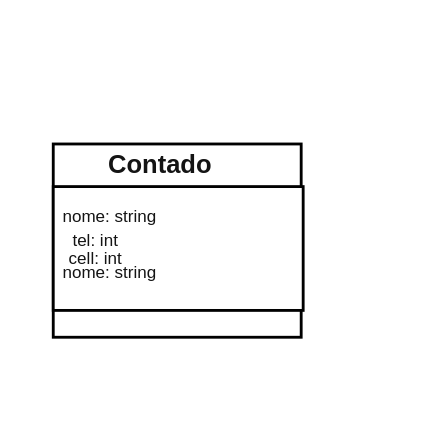
This is draw.drawio from nathanhalgumacoisa/projetoAgenda, a draw.io file, before an edit. Source tidied: cells renumbered, new cells numbered last; positions are measured from the earlier drawing's top-left corner, leaving out a move shared by most shapes. Both pictures are drawn from the tidied source at 142%, with x=0, y=0 at pixel (24, 24).
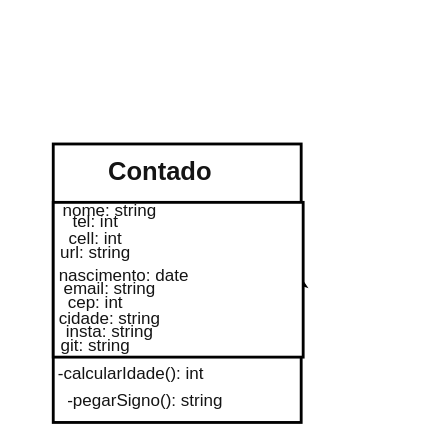
The same diagram, later.

Change to the diagram source:
```diff
@@
 <mxGraphModel background="#ffffff">
   <root>
     <mxCell id="0" />
     <mxCell id="1" parent="0" />
     <mxCell id="2" style="group;" parent="1" vertex="1">
-      <mxGeometry x="20" width="252" height="248.1" as="geometry" />
+      <mxGeometry x="20" width="252" height="280" as="geometry" />
     </mxCell>
-    <mxCell id="3" style="group;" parent="2" vertex="1">
-      <mxGeometry y="83.9" width="176" height="136.1" as="geometry" />
-    </mxCell>
-    <mxCell id="4" style="edgeStyle=none;html=1;exitX=1;exitY=0.5;exitDx=0;exitDy=0;" parent="3" edge="1" source="5">
+    <mxCell id="4" style="edgeStyle=none;html=1;exitX=1;exitY=0.5;exitDx=0;exitDy=0;" parent="2" edge="1" source="5">
       <mxGeometry relative="1" as="geometry">
-        <mxPoint x="173.9" y="68" as="targetPoint" />
+        <mxPoint x="173.9" y="177" as="targetPoint" />
       </mxGeometry>
     </mxCell>
-    <mxCell id="5" style="rounded=0;whiteSpace=wrap;html=1;fillColor=#FFFFFF;fontColor=#ffffff;strokeColor=#000000;strokeWidth=2;" parent="3" vertex="1">
-      <mxGeometry width="174.6" height="136.1" as="geometry" />
+    <mxCell id="5" style="rounded=0;whiteSpace=wrap;html=1;fillColor=#FFFFFF;fontColor=#ffffff;strokeColor=#000000;strokeWidth=2;" parent="2" vertex="1">
+      <mxGeometry y="83.9" width="174.6" height="196.1" as="geometry" />
     </mxCell>
-    <mxCell id="6" style="rounded=0;whiteSpace=wrap;html=1;fillColor=#FFFFFF;fontColor=#ffffff;strokeColor=#000000;strokeWidth=2;" parent="3" vertex="1">
-      <mxGeometry y="30" width="176" height="87.2" as="geometry" />
+    <mxCell id="6" style="rounded=0;whiteSpace=wrap;html=1;fillColor=#FFFFFF;fontColor=#ffffff;strokeColor=#000000;strokeWidth=2;" parent="2" vertex="1">
+      <mxGeometry y="125" width="176" height="109" as="geometry" />
     </mxCell>
-    <mxCell id="7" value="Contado" style="text;strokeColor=none;fillColor=none;html=1;fontSize=18;fontStyle=1;verticalAlign=middle;align=center;fontColor=#141414;" parent="3" vertex="1">
-      <mxGeometry x="20" width="110" height="30" as="geometry" />
+    <mxCell id="7" value="Contado" style="text;strokeColor=none;fillColor=none;html=1;fontSize=18;fontStyle=1;verticalAlign=middle;align=center;fontColor=#141414;" parent="2" vertex="1">
+      <mxGeometry x="20" y="83.9" width="110" height="41" as="geometry" />
     </mxCell>
-    <mxCell id="8" value="nome: string" style="text;html=1;strokeColor=none;fillColor=none;align=center;verticalAlign=middle;whiteSpace=wrap;rounded=0;fontSize=12;fontColor=#141414;" parent="3" vertex="1">
-      <mxGeometry x="-10" y="36.1" width="100" height="30" as="geometry" />
+    <mxCell id="8" value="nome: string" style="text;html=1;strokeColor=none;fillColor=none;align=center;verticalAlign=middle;whiteSpace=wrap;rounded=0;fontSize=12;fontColor=#141414;" parent="2" vertex="1">
+      <mxGeometry x="-10" y="110" width="100" height="41" as="geometry" />
     </mxCell>
-    <mxCell id="9" value="tel: int" style="text;html=1;strokeColor=none;fillColor=none;align=center;verticalAlign=middle;whiteSpace=wrap;rounded=0;fontSize=12;fontColor=#141414;" parent="3" vertex="1">
-      <mxGeometry x="-20" y="59.5" width="100" height="17" as="geometry" />
+    <mxCell id="9" value="tel: int" style="text;html=1;strokeColor=none;fillColor=none;align=center;verticalAlign=middle;whiteSpace=wrap;rounded=0;fontSize=12;fontColor=#141414;" parent="2" vertex="1">
+      <mxGeometry x="-20" y="127.8" width="100" height="23.2" as="geometry" />
     </mxCell>
-    <mxCell id="10" value="cell: int" style="text;html=1;strokeColor=none;fillColor=none;align=center;verticalAlign=middle;whiteSpace=wrap;rounded=0;fontSize=12;fontColor=#141414;" parent="3" vertex="1">
-      <mxGeometry x="-20" y="66.1" width="100" height="30" as="geometry" />
+    <mxCell id="10" value="cell: int" style="text;html=1;strokeColor=none;fillColor=none;align=center;verticalAlign=middle;whiteSpace=wrap;rounded=0;fontSize=12;fontColor=#141414;" parent="2" vertex="1">
+      <mxGeometry x="-20" y="130" width="100" height="41" as="geometry" />
     </mxCell>
-    <mxCell id="11" value="nome: string" style="text;html=1;strokeColor=none;fillColor=none;align=center;verticalAlign=middle;whiteSpace=wrap;rounded=0;fontSize=12;fontColor=#141414;" parent="3" vertex="1">
-      <mxGeometry x="-10" y="76.5" width="100" height="30" as="geometry" />
+    <mxCell id="11" value="url: string" style="text;html=1;strokeColor=none;fillColor=none;align=center;verticalAlign=middle;whiteSpace=wrap;rounded=0;fontSize=12;fontColor=#141414;" parent="2" vertex="1">
+      <mxGeometry x="-20" y="140" width="100" height="41" as="geometry" />
     </mxCell>
+    <mxCell id="12" value="nascimento: date" style="text;html=1;strokeColor=none;fillColor=none;align=center;verticalAlign=middle;whiteSpace=wrap;rounded=0;fontSize=12;fontColor=#141414;" parent="2" vertex="1">
+      <mxGeometry y="162" width="100" height="30" as="geometry" />
+    </mxCell>
+    <mxCell id="13" value="email: string" style="text;html=1;strokeColor=none;fillColor=none;align=center;verticalAlign=middle;whiteSpace=wrap;rounded=0;fontSize=12;fontColor=#141414;" parent="2" vertex="1">
+      <mxGeometry x="-10" y="171" width="100" height="30" as="geometry" />
+    </mxCell>
+    <mxCell id="14" value="cep: int" style="text;html=1;strokeColor=none;fillColor=none;align=center;verticalAlign=middle;whiteSpace=wrap;rounded=0;fontSize=12;fontColor=#141414;" parent="2" vertex="1">
+      <mxGeometry x="-20" y="181" width="100" height="30" as="geometry" />
+    </mxCell>
+    <mxCell id="15" value="cidade: string" style="text;html=1;strokeColor=none;fillColor=none;align=center;verticalAlign=middle;whiteSpace=wrap;rounded=0;fontSize=12;fontColor=#141414;" parent="2" vertex="1">
+      <mxGeometry x="-10" y="192" width="100" height="30" as="geometry" />
+    </mxCell>
+    <mxCell id="16" value="insta: string" style="text;html=1;strokeColor=none;fillColor=none;align=center;verticalAlign=middle;whiteSpace=wrap;rounded=0;fontSize=12;fontColor=#141414;" parent="2" vertex="1">
+      <mxGeometry x="-10" y="201" width="100" height="30" as="geometry" />
+    </mxCell>
+    <mxCell id="17" value="git: string" style="text;html=1;strokeColor=none;fillColor=none;align=center;verticalAlign=middle;whiteSpace=wrap;rounded=0;fontSize=12;fontColor=#141414;" parent="2" vertex="1">
+      <mxGeometry x="-20" y="211" width="100" height="30" as="geometry" />
+    </mxCell>
+    <mxCell id="18" value="-calcularIdade(): int" style="text;html=1;strokeColor=none;fillColor=none;align=center;verticalAlign=middle;whiteSpace=wrap;rounded=0;fontSize=12;fontColor=#141414;" parent="2" vertex="1">
+      <mxGeometry x="-10" y="231" width="130" height="30" as="geometry" />
+    </mxCell>
+    <mxCell id="19" value="-pegarSigno(): string" style="text;html=1;strokeColor=none;fillColor=none;align=center;verticalAlign=middle;whiteSpace=wrap;rounded=0;fontSize=12;fontColor=#141414;" parent="2" vertex="1">
+      <mxGeometry y="250" width="130" height="30" as="geometry" />
+    </mxCell>
   </root>
 </mxGraphModel>
```
